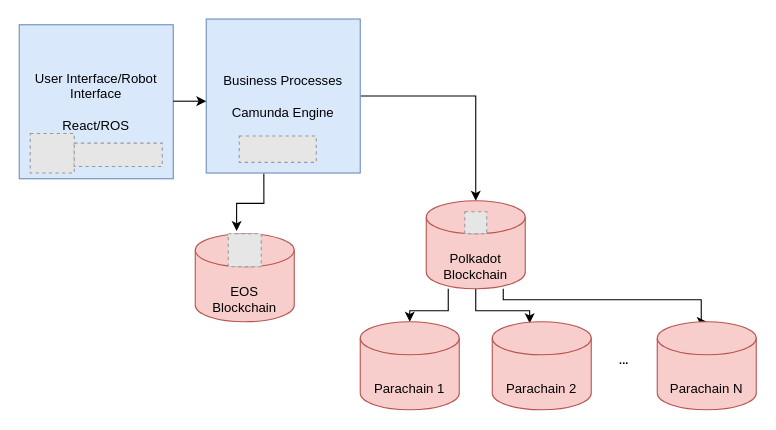
esyker/teseMEEC keeps this draw.io diagram as drawios/alternative_architecture.drawio. Above is the earlier version. Source tidied: cells renumbered, new cells numbered last; positions are measured from the earlier drawing's top-left corner, leaving out a move shared by most shapes. Both pictures are drawn from the tidied source at 110%, with x=0, y=0 at pixel (19, 19). Pictures stored in the file or linked from it are replaced by grey dashed boxes.
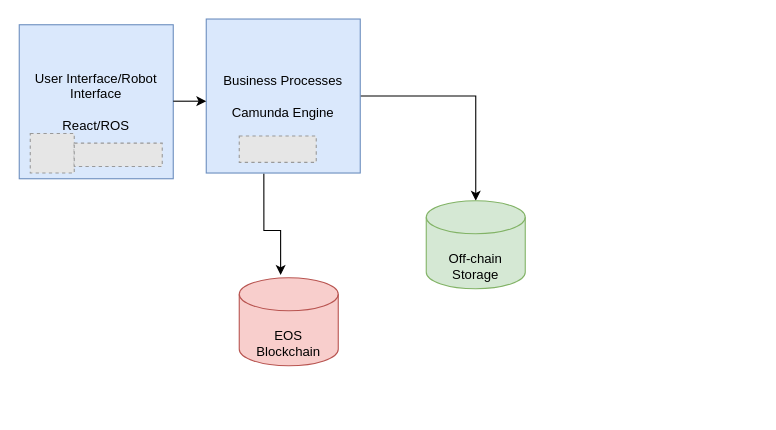
After the change.

The change refers to these unchanged cells:
```xml
<mxCell id="5" value="Business Processes&lt;br&gt;&lt;br&gt;Camunda Engine" style="whiteSpace=wrap;html=1;fillColor=#dae8fc;strokeColor=#6c8ebf;" parent="1" vertex="1">
  <mxGeometry x="170" y="-0.2" width="140" height="140" as="geometry" />
</mxCell>
```

The edit, as a diff of the source:
```diff
@@
-    <mxCell id="4" style="edgeStyle=orthogonalEdgeStyle;rounded=0;jettySize=auto;html=1;" parent="1" edge="1" source="5" target="15">
-      <mxGeometry relative="1" as="geometry" />
-    </mxCell>
+    <mxCell id="21" style="edgeStyle=orthogonalEdgeStyle;rounded=0;jettySize=auto;html=1;entryX=0.5;entryY=0;entryDx=0;entryDy=0;entryPerimeter=0;" parent="1" edge="1" source="5" target="22">
+      <mxGeometry relative="1" as="geometry" />
+    </mxCell>
@@
     <mxCell id="6" value="&lt;br&gt;EOS&lt;br&gt;Blockchain" style="shape=cylinder3;whiteSpace=wrap;html=1;boundedLbl=1;backgroundOutline=1;size=15;fillColor=#f8cecc;strokeColor=#b85450;" parent="1" vertex="1">
-      <mxGeometry x="160" y="195" width="90" height="80" as="geometry" />
+      <mxGeometry x="200" y="235" width="90" height="80" as="geometry" />
     </mxCell>
     <mxCell id="7" style="edgeStyle=orthogonalEdgeStyle;rounded=0;jettySize=auto;html=1;entryX=0.418;entryY=-0.032;entryDx=0;entryDy=0;entryPerimeter=0;exitX=0.374;exitY=1.004;exitDx=0;exitDy=0;exitPerimeter=0;" parent="1" edge="1" source="5" target="6">
-      <mxGeometry relative="1" as="geometry" />
+      <mxGeometry relative="1" as="geometry">
+        <Array as="points">
+          <mxPoint x="222" y="192" />
+        </Array>
+      </mxGeometry>
     </mxCell>
@@
-    <mxCell id="11" style="fillColor=#E6E6E6;strokeColor=#999999;dashed=1;verticalLabelPosition=bottom;verticalAlign=top;" parent="1" vertex="1">
-      <mxGeometry x="190" y="195" width="30" height="30" as="geometry" />
-    </mxCell>
-    <mxCell id="12" style="edgeStyle=orthogonalEdgeStyle;rounded=0;jettySize=auto;html=1;entryX=0.5;entryY=0;entryDx=0;entryDy=0;entryPerimeter=0;" parent="1" edge="1" source="15" target="16">
-      <mxGeometry relative="1" as="geometry">
-        <Array as="points">
-          <mxPoint x="390" y="265" />
-          <mxPoint x="355" y="265" />
-        </Array>
-      </mxGeometry>
-    </mxCell>
-    <mxCell id="13" style="edgeStyle=orthogonalEdgeStyle;rounded=0;jettySize=auto;html=1;entryX=0.378;entryY=0.017;entryDx=0;entryDy=0;entryPerimeter=0;" parent="1" edge="1" source="15" target="17">
-      <mxGeometry relative="1" as="geometry" />
-    </mxCell>
-    <mxCell id="14" style="edgeStyle=orthogonalEdgeStyle;rounded=0;jettySize=auto;html=1;entryX=0.5;entryY=0;entryDx=0;entryDy=0;entryPerimeter=0;" parent="1" edge="1" source="15" target="18">
-      <mxGeometry relative="1" as="geometry">
-        <Array as="points">
-          <mxPoint x="440" y="255" />
-          <mxPoint x="620" y="255" />
-          <mxPoint x="620" y="275" />
-        </Array>
-      </mxGeometry>
-    </mxCell>
-    <mxCell id="15" value="&lt;br&gt;Polkadot&lt;br&gt;Blockchain" style="shape=cylinder3;whiteSpace=wrap;html=1;boundedLbl=1;backgroundOutline=1;size=15;fillColor=#f8cecc;strokeColor=#b85450;" parent="1" vertex="1">
-      <mxGeometry x="370" y="165" width="90" height="80" as="geometry" />
-    </mxCell>
-    <mxCell id="16" value="&lt;br&gt;Parachain 1" style="shape=cylinder3;whiteSpace=wrap;html=1;boundedLbl=1;backgroundOutline=1;size=15;fillColor=#f8cecc;strokeColor=#b85450;" parent="1" vertex="1">
-      <mxGeometry x="310" y="275" width="90" height="80" as="geometry" />
-    </mxCell>
-    <mxCell id="17" value="&lt;br&gt;Parachain 2" style="shape=cylinder3;whiteSpace=wrap;html=1;boundedLbl=1;backgroundOutline=1;size=15;fillColor=#f8cecc;strokeColor=#b85450;" parent="1" vertex="1">
-      <mxGeometry x="430" y="275" width="90" height="80" as="geometry" />
-    </mxCell>
-    <mxCell id="18" value="&lt;br&gt;Parachain N" style="shape=cylinder3;whiteSpace=wrap;html=1;boundedLbl=1;backgroundOutline=1;size=15;fillColor=#f8cecc;strokeColor=#b85450;" parent="1" vertex="1">
-      <mxGeometry x="580" y="275" width="90" height="80" as="geometry" />
-    </mxCell>
-    <mxCell id="19" value="&lt;font size=&quot;1&quot;&gt;&lt;b&gt;...&lt;/b&gt;&lt;/font&gt;" style="text;html=1;strokeColor=none;fillColor=none;align=center;verticalAlign=middle;whiteSpace=wrap;rounded=0;" parent="1" vertex="1">
-      <mxGeometry x="520" y="295" width="60" height="30" as="geometry" />
-    </mxCell>
-    <mxCell id="20" style="fillColor=#E6E6E6;strokeColor=#999999;dashed=1;verticalLabelPosition=bottom;verticalAlign=top;fontSize=13;" parent="1" vertex="1">
-      <mxGeometry x="405" y="175" width="20" height="20" as="geometry" />
-    </mxCell>
+    <mxCell id="22" value="&lt;br&gt;Off-chain Storage" style="shape=cylinder3;whiteSpace=wrap;html=1;boundedLbl=1;backgroundOutline=1;size=15;fillColor=#d5e8d4;strokeColor=#82b366;" parent="1" vertex="1">
+      <mxGeometry x="370" y="165" width="90" height="80" as="geometry" />
+    </mxCell>
```
